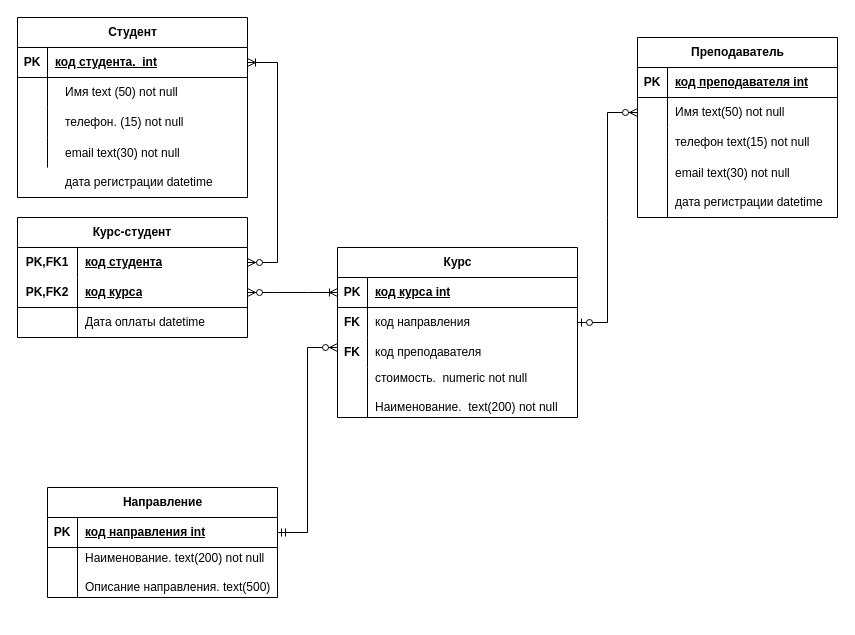
Earlier version of the draw.io diagram components/Final - core data layer.drawio (vgnevyshev/dwh). Source tidied: cells renumbered, new cells numbered last; positions are measured from the earlier drawing's top-left corner, leaving out a move shared by most shapes. Both pictures are drawn from the tidied source at 100%, with x=0, y=0 at pixel (17, 17).
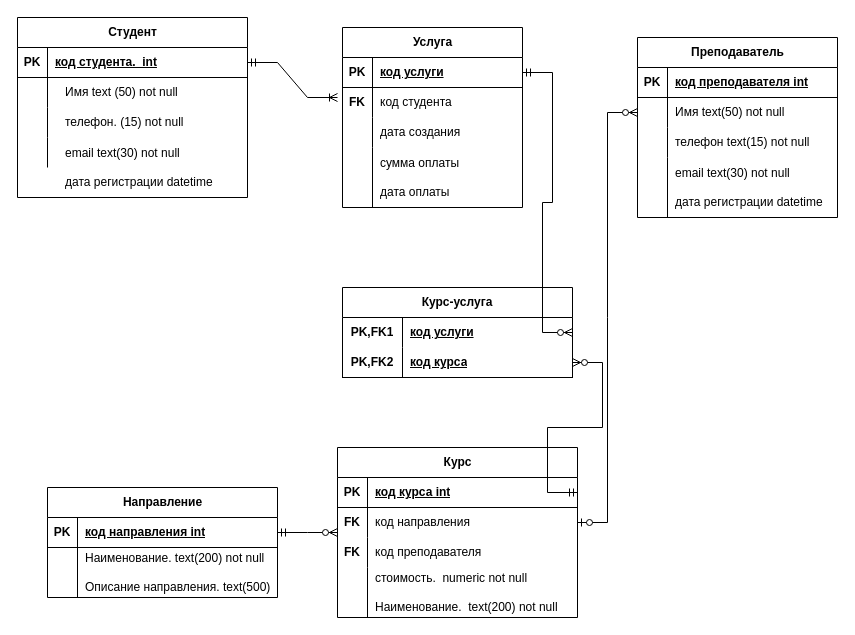
The same page after the edit.

Commit message:
Добавление сущности

The change refers to these unchanged cells:
```xml
<mxCell id="3" style="shape=tableRow;horizontal=0;startSize=0;swimlaneHead=0;swimlaneBody=0;fillColor=none;points=[[0,0.5],[1,0.5]];portConstraint=eastwest;top=0;left=0;right=0;bottom=1;" parent="2" vertex="1">
  <mxGeometry y="30" width="230" height="30" as="geometry" />
</mxCell>
<mxCell id="29" style="shape=tableRow;horizontal=0;startSize=0;swimlaneHead=0;swimlaneBody=0;fillColor=none;points=[[0,0.5],[1,0.5]];portConstraint=eastwest;top=0;left=0;right=0;bottom=1;" parent="28" vertex="1">
  <mxGeometry y="30" width="240" height="30" as="geometry" />
</mxCell>
<mxCell id="42" style="shape=tableRow;horizontal=0;startSize=0;swimlaneHead=0;swimlaneBody=0;fillColor=none;points=[[0,0.5],[1,0.5]];portConstraint=eastwest;top=0;left=0;right=0;bottom=1;" parent="41" vertex="1">
  <mxGeometry y="30" width="230" height="30" as="geometry" />
</mxCell>
<mxCell id="50" style="shape=tableRow;horizontal=0;startSize=0;swimlaneHead=0;swimlaneBody=0;fillColor=none;points=[[0,0.5],[1,0.5]];portConstraint=eastwest;top=0;left=0;right=0;bottom=0;html=1;" parent="49" vertex="1">
  <mxGeometry y="30" width="230" height="30" as="geometry" />
</mxCell>
<mxCell id="53" style="shape=tableRow;horizontal=0;startSize=0;swimlaneHead=0;swimlaneBody=0;fillColor=none;points=[[0,0.5],[1,0.5]];portConstraint=eastwest;top=0;left=0;right=0;bottom=1;html=1;" parent="49" vertex="1">
  <mxGeometry y="60" width="230" height="30" as="geometry" />
</mxCell>
```

What changed in the source:
```diff
@@
     <mxCell id="28" value="Курс" style="shape=table;startSize=30;childLayout=tableLayout;rowLines=0;fontStyle=1;align=center;html=1;" parent="1" vertex="1">
-      <mxGeometry x="320" y="230" width="240" height="170" as="geometry" />
+      <mxGeometry x="320" y="430" width="240" height="170" as="geometry" />
     </mxCell>
@@
-    <mxCell id="49" value="Курс-студент" style="shape=table;startSize=30;childLayout=tableLayout;rowLines=0;fontStyle=1;align=center;html=1;whiteSpace=wrap;" parent="1" vertex="1">
-      <mxGeometry y="200" width="230" height="120" as="geometry" />
+    <mxCell id="49" value="Курс-услуга" style="shape=table;startSize=30;childLayout=tableLayout;rowLines=0;fontStyle=1;align=center;html=1;whiteSpace=wrap;" parent="1" vertex="1">
+      <mxGeometry x="325" y="270" width="230" height="90" as="geometry" />
     </mxCell>
@@
-    <mxCell id="52" value="код студента" style="shape=partialRectangle;fillColor=none;top=0;left=0;bottom=0;right=0;align=left;spacingLeft=6;fontStyle=5;overflow=hidden;html=1;whiteSpace=wrap;" parent="50" vertex="1">
+    <mxCell id="52" value="код услуги" style="shape=partialRectangle;fillColor=none;top=0;left=0;bottom=0;right=0;align=left;spacingLeft=6;fontStyle=5;overflow=hidden;html=1;whiteSpace=wrap;" parent="50" vertex="1">
       <mxGeometry x="60" width="170" height="30" as="geometry" />
     </mxCell>
@@
-    <mxCell id="56" style="shape=tableRow;horizontal=0;startSize=0;swimlaneHead=0;swimlaneBody=0;fillColor=none;top=0;left=0;right=0;bottom=0;html=1;" parent="49" vertex="1">
-      <mxGeometry y="90" width="230" height="30" as="geometry" />
-    </mxCell>
-    <mxCell id="57" style="shape=partialRectangle;fillColor=none;top=0;left=0;bottom=0;right=0;overflow=hidden;html=1;whiteSpace=wrap;" parent="56" vertex="1">
-      <mxGeometry width="60" height="30" as="geometry" />
-    </mxCell>
-    <mxCell id="58" value="Дата оплаты datetime" style="shape=partialRectangle;fillColor=none;top=0;left=0;bottom=0;right=0;align=left;spacingLeft=6;overflow=hidden;html=1;whiteSpace=wrap;" parent="56" vertex="1">
-      <mxGeometry x="60" width="170" height="30" as="geometry" />
-    </mxCell>
@@
     <mxCell id="61" value="FK" style="shape=partialRectangle;fillColor=none;top=0;left=0;bottom=0;right=0;fontStyle=1;overflow=hidden;whiteSpace=wrap;html=1;" parent="1" vertex="1">
-      <mxGeometry x="320" y="290" width="30" height="30" as="geometry" />
+      <mxGeometry x="320" y="490" width="30" height="30" as="geometry" />
     </mxCell>
     <mxCell id="62" value="FK" style="shape=partialRectangle;fillColor=none;top=0;left=0;bottom=0;right=0;fontStyle=1;overflow=hidden;whiteSpace=wrap;html=1;" parent="1" vertex="1">
-      <mxGeometry x="320" y="320" width="30" height="30" as="geometry" />
+      <mxGeometry x="320" y="520" width="30" height="30" as="geometry" />
     </mxCell>
     <mxCell id="63" style="edgeStyle=entityRelationEdgeStyle;fontSize=12;html=1;endArrow=ERzeroToMany;startArrow=ERmandOne;rounded=0;" parent="1" edge="1" source="42">
       <mxGeometry relative="1" as="geometry">
-        <mxPoint x="320" y="330" as="targetPoint" />
+        <mxPoint x="320" y="515" as="targetPoint" />
       </mxGeometry>
     </mxCell>
-    <mxCell id="64" style="edgeStyle=entityRelationEdgeStyle;fontSize=12;html=1;endArrow=ERoneToMany;startArrow=ERzeroToMany;rounded=0;entryX=1;entryY=0.5;entryDx=0;entryDy=0;exitX=1;exitY=0.5;exitDx=0;exitDy=0;" parent="1" edge="1" source="50" target="3">
-      <mxGeometry relative="1" as="geometry" />
-    </mxCell>
-    <mxCell id="65" style="edgeStyle=entityRelationEdgeStyle;fontSize=12;html=1;endArrow=ERoneToMany;startArrow=ERzeroToMany;rounded=0;exitX=1;exitY=0.5;exitDx=0;exitDy=0;entryX=0;entryY=0.5;entryDx=0;entryDy=0;" parent="1" edge="1" source="53" target="29">
-      <mxGeometry relative="1" as="geometry" />
-    </mxCell>
@@
+    <mxCell id="69" value="Услуга" style="shape=table;startSize=30;childLayout=tableLayout;rowLines=0;fontStyle=1;align=center;html=1;" parent="1" vertex="1">
+      <mxGeometry x="325" y="10" width="180" height="180" as="geometry" />
+    </mxCell>
+    <mxCell id="70" style="shape=tableRow;horizontal=0;startSize=0;swimlaneHead=0;swimlaneBody=0;fillColor=none;points=[[0,0.5],[1,0.5]];portConstraint=eastwest;top=0;left=0;right=0;bottom=1;" parent="69" vertex="1">
+      <mxGeometry y="30" width="180" height="30" as="geometry" />
+    </mxCell>
+    <mxCell id="71" value="PK" style="shape=partialRectangle;fillColor=none;top=0;left=0;bottom=0;right=0;fontStyle=1;overflow=hidden;whiteSpace=wrap;html=1;" parent="70" vertex="1">
+      <mxGeometry width="30" height="30" as="geometry" />
+    </mxCell>
+    <mxCell id="72" value="код услуги" style="shape=partialRectangle;fillColor=none;top=0;left=0;bottom=0;right=0;align=left;spacingLeft=6;fontStyle=5;overflow=hidden;whiteSpace=wrap;html=1;" parent="70" vertex="1">
+      <mxGeometry x="30" width="150" height="30" as="geometry" />
+    </mxCell>
+    <mxCell id="73" style="shape=tableRow;horizontal=0;startSize=0;swimlaneHead=0;swimlaneBody=0;fillColor=none;top=0;left=0;right=0;bottom=0;" parent="69" vertex="1">
+      <mxGeometry y="60" width="180" height="30" as="geometry" />
+    </mxCell>
+    <mxCell id="74" style="shape=partialRectangle;fillColor=none;top=0;left=0;bottom=0;right=0;overflow=hidden;whiteSpace=wrap;html=1;" parent="73" vertex="1">
+      <mxGeometry width="30" height="30" as="geometry" />
+    </mxCell>
+    <mxCell id="75" value="код студента" style="shape=partialRectangle;fillColor=none;top=0;left=0;bottom=0;right=0;align=left;spacingLeft=6;overflow=hidden;whiteSpace=wrap;html=1;" parent="73" vertex="1">
+      <mxGeometry x="30" width="150" height="30" as="geometry" />
+    </mxCell>
+    <mxCell id="76" style="shape=tableRow;horizontal=0;startSize=0;swimlaneHead=0;swimlaneBody=0;fillColor=none;top=0;left=0;right=0;bottom=0;" parent="69" vertex="1">
+      <mxGeometry y="90" width="180" height="30" as="geometry" />
+    </mxCell>
+    <mxCell id="77" style="shape=partialRectangle;fillColor=none;top=0;left=0;bottom=0;right=0;overflow=hidden;whiteSpace=wrap;html=1;" parent="76" vertex="1">
+      <mxGeometry width="30" height="30" as="geometry" />
+    </mxCell>
+    <mxCell id="78" value="дата создания" style="shape=partialRectangle;fillColor=none;top=0;left=0;bottom=0;right=0;align=left;spacingLeft=6;overflow=hidden;whiteSpace=wrap;html=1;" parent="76" vertex="1">
+      <mxGeometry x="30" width="150" height="30" as="geometry" />
+    </mxCell>
+    <mxCell id="79" style="shape=tableRow;horizontal=0;startSize=0;swimlaneHead=0;swimlaneBody=0;fillColor=none;top=0;left=0;right=0;bottom=0;" parent="69" vertex="1">
+      <mxGeometry y="120" width="180" height="60" as="geometry" />
+    </mxCell>
+    <mxCell id="80" style="shape=partialRectangle;fillColor=none;top=0;left=0;bottom=0;right=0;overflow=hidden;whiteSpace=wrap;html=1;" parent="79" vertex="1">
+      <mxGeometry width="30" height="60" as="geometry" />
+    </mxCell>
+    <mxCell id="81" value="сумма оплаты&lt;br&gt;&lt;br&gt;дата оплаты&lt;br&gt;" style="shape=partialRectangle;fillColor=none;top=0;left=0;bottom=0;right=0;align=left;spacingLeft=6;overflow=hidden;whiteSpace=wrap;html=1;" parent="79" vertex="1">
+      <mxGeometry x="30" width="150" height="60" as="geometry" />
+    </mxCell>
+    <mxCell id="82" style="shape=tableRow;horizontal=0;startSize=0;swimlaneHead=0;swimlaneBody=0;fillColor=none;top=0;left=0;right=0;bottom=0;" parent="1" vertex="1">
+      <mxGeometry x="350" y="210" width="180" height="30" as="geometry" />
+    </mxCell>
+    <mxCell id="83" style="shape=partialRectangle;fillColor=none;top=0;left=0;bottom=0;right=0;overflow=hidden;whiteSpace=wrap;html=1;" parent="82" vertex="1">
+      <mxGeometry width="30" height="30" as="geometry" />
+    </mxCell>
+    <mxCell id="84" value="FK" style="shape=partialRectangle;fillColor=none;top=0;left=0;bottom=0;right=0;fontStyle=1;overflow=hidden;whiteSpace=wrap;html=1;" parent="1" vertex="1">
+      <mxGeometry x="325" y="70" width="30" height="30" as="geometry" />
+    </mxCell>
+    <mxCell id="85" style="edgeStyle=entityRelationEdgeStyle;fontSize=12;html=1;endArrow=ERoneToMany;startArrow=ERmandOne;rounded=0;exitX=1;exitY=0.5;exitDx=0;exitDy=0;" parent="1" edge="1" source="3">
+      <mxGeometry relative="1" as="geometry">
+        <mxPoint x="320" y="80" as="targetPoint" />
+      </mxGeometry>
+    </mxCell>
+    <mxCell id="86" style="edgeStyle=entityRelationEdgeStyle;fontSize=12;html=1;endArrow=ERzeroToMany;startArrow=ERmandOne;rounded=0;entryX=1;entryY=0.5;entryDx=0;entryDy=0;exitX=1;exitY=0.5;exitDx=0;exitDy=0;" parent="1" edge="1" source="29" target="53">
+      <mxGeometry relative="1" as="geometry" />
+    </mxCell>
+    <mxCell id="87" style="edgeStyle=entityRelationEdgeStyle;fontSize=12;html=1;endArrow=ERzeroToMany;startArrow=ERmandOne;rounded=0;exitX=1;exitY=0.5;exitDx=0;exitDy=0;entryX=1;entryY=0.5;entryDx=0;entryDy=0;" parent="1" edge="1" source="70" target="50">
+      <mxGeometry relative="1" as="geometry" />
+    </mxCell>
```
